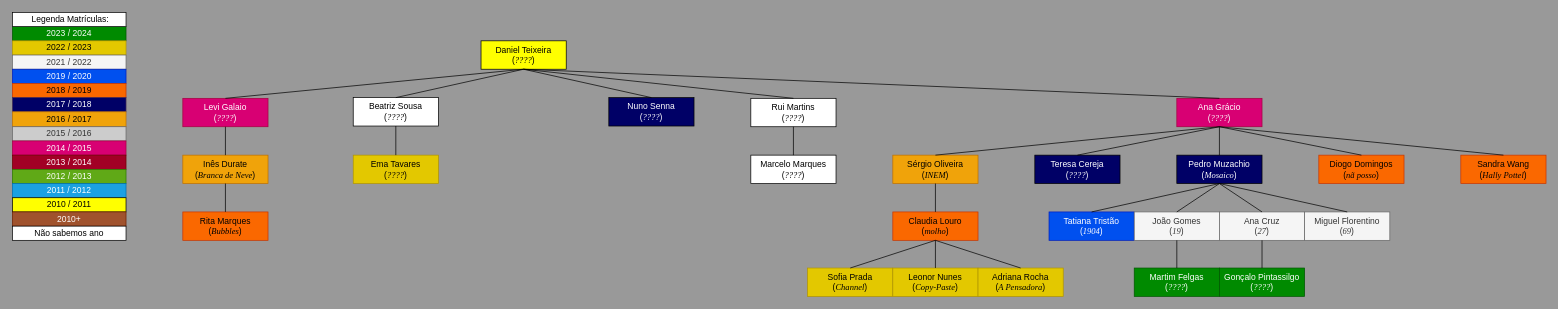
pdmtmr/PDMTMRTESTLOCATION-AKA-ARBUSTO keeps this draw.io diagram as Draw.io/Familia_do_Daniel_Teixeira.drawio. Above is the earlier version. Source tidied: cells renumbered, new cells numbered last; positions are measured from the earlier drawing's top-left corner, leaving out a move shared by most shapes. Both pictures are drawn from the tidied source at 71%, with x=0, y=0 at pixel (12, 12).
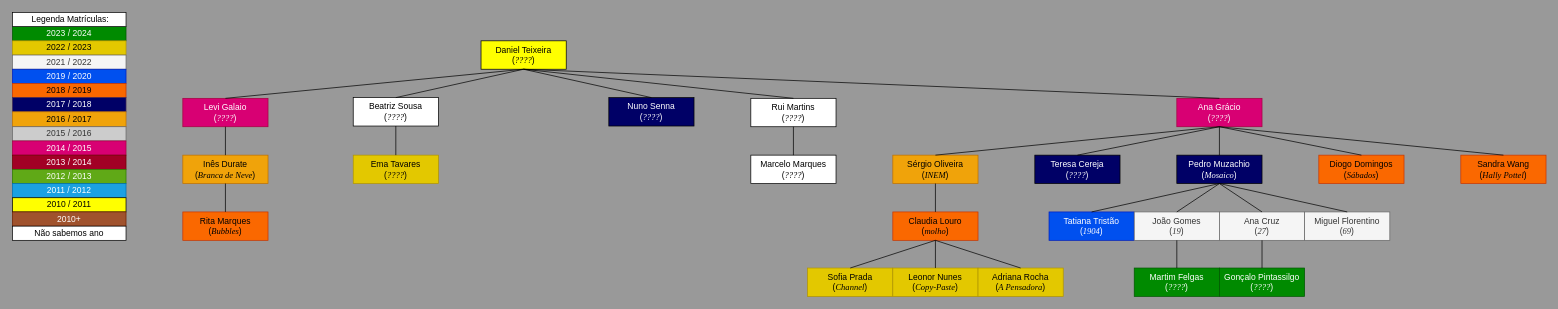
The same page after the edit.

Commit message (it also covers changes not shown here):
fix name sabados

What changed in the source:
```diff
@@
-    <mxCell id="38" value="&lt;div&gt;&lt;span style=&quot;background-color: initial;&quot;&gt;Diogo Domingos&lt;/span&gt;&lt;/div&gt;&lt;div&gt;&lt;span style=&quot;background-color: initial;&quot;&gt;(&lt;font face=&quot;Times New Roman&quot;&gt;&lt;i&gt;nã posso&lt;/i&gt;&lt;/font&gt;&lt;/span&gt;&lt;span style=&quot;background-color: initial;&quot;&gt;)&lt;/span&gt;&lt;/div&gt;" style="rounded=0;whiteSpace=wrap;html=1;fillColor=#fa6800;fontColor=#000000;strokeColor=#C73500;" parent="1" vertex="1">
+    <mxCell id="38" value="&lt;div&gt;&lt;span style=&quot;background-color: initial;&quot;&gt;Diogo Domingos&lt;/span&gt;&lt;/div&gt;&lt;div&gt;&lt;span style=&quot;background-color: initial;&quot;&gt;(&lt;font face=&quot;Times New Roman&quot;&gt;&lt;i&gt;Sábados&lt;/i&gt;&lt;/font&gt;&lt;/span&gt;&lt;span style=&quot;background-color: initial;&quot;&gt;)&lt;/span&gt;&lt;/div&gt;" style="rounded=0;whiteSpace=wrap;html=1;fillColor=#fa6800;fontColor=#000000;strokeColor=#C73500;" parent="1" vertex="1">
       <mxGeometry x="1840" y="201" width="120" height="40" as="geometry" />
     </mxCell>
```
